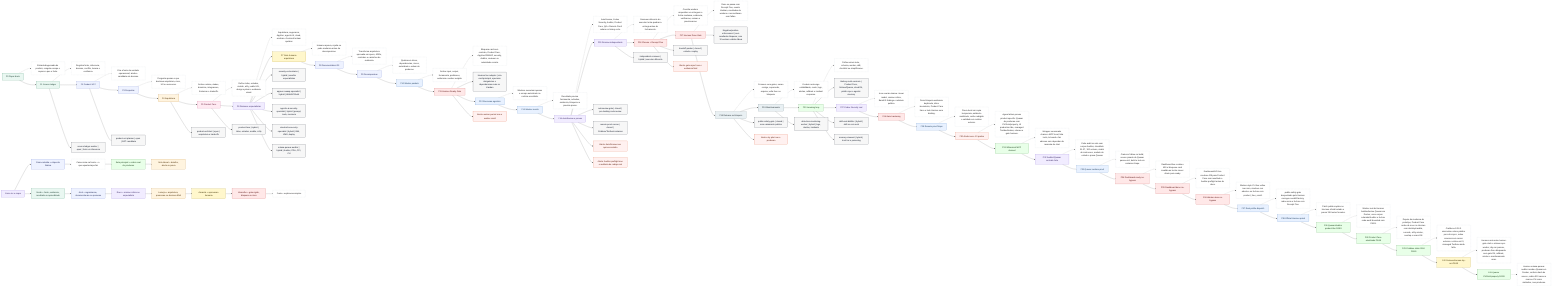
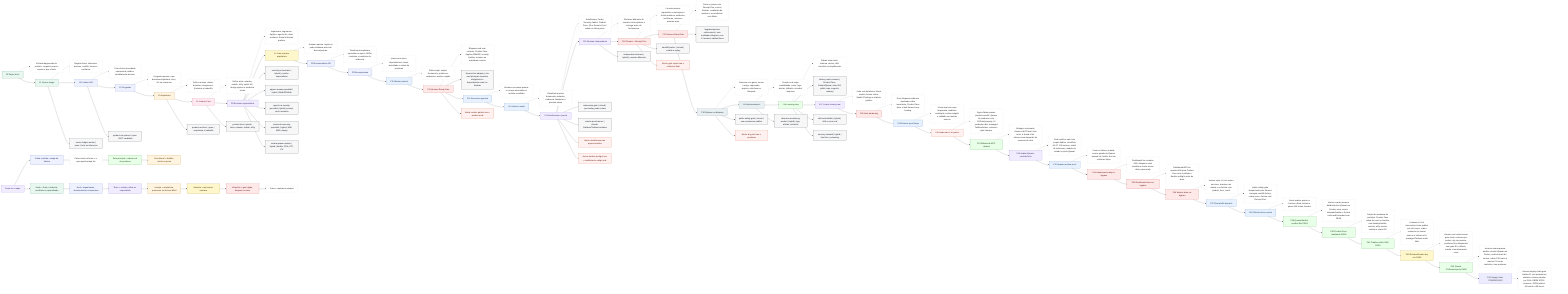
flowchart LR
  F0["F0 Paper bruto"]:::source
  F0D["Entrada baguncada do produto; congela escopo e separa o que e fonte."]:::desc
  F0 -.-> F0D
  F0 --> F1

  F1["F1 Source ledger"]:::source
  F1D["Registra fonte, inferencia, decisao, conflito, lacuna e confianca."]:::desc
  F1 -.-> F1D
  F1 --> F2

  F2["F2 Product SOT"]:::planning
  F2D["Cria a fonte da verdade operacional; ainda e candidata ate decisao."]:::desc
  F2 -.-> F2D
  F2 --> F3

  F3["F3 Perguntas"]:::planning
  F3D["Pergunta apenas o que destrava arquitetura, risco, UX ou execucao."]:::desc
  F3 -.-> F3D
  F3 --> F4

  F4["F4 Arquitetura"]:::architecture
  F4D["Define runtime, dados, dominios, integracoes, fronteiras e tradeoffs."]:::desc
  F4 -.-> F4D
  F4 --> F5

  F5["F5 Product Face"]:::face
  F5D["Define telas, estados, mobile, a11y, wallet UX, design system e evidencia visual."]:::desc
  F5 -.-> F5D
  F5 --> F6

  F6["F6 Revisoes especialistas"]:::review
  F6D["Arquitetura, seguranca, AppSec, agentic AI, cloud, onchain e frontend tentam quebrar."]:::desc
  F6 -.-> F6D
  F6 --> F7

  F7["F7 Gate humano arquitetura"]:::human
  F7D["Humano aprova, rejeita ou pede mudanca antes da decomposicao."]:::desc
  F7 -.-> F7D
  F7 --> F8

  F8["F8 Documentation OS"]:::planning
  F8D["Transforma arquitetura aprovada em specs, ADRs, contratos e caminhos de evidencia."]:::desc
  F8 -.-> F8D
  F8 --> F9

  F9["F9 Decomposicao"]:::planning
  F9D["Quebra em slices, dependencias, riscos, autoridade e ordem de producao."]:::desc
  F9 -.-> F9D
  F9 --> F10

  F10["F10 Worker packets"]:::execution
  F10D["Define input, output, ferramenta, proibicoes, evidencia e worker exigido."]:::desc
  F10 -.-> F10D
  F10 --> F11

  F11["F11 Hermes Ready Gate"]:::gate
  F11D["Bloqueia card sem contrato, Product Face, AppSec/OWASP, security, Auditor, reviewer ou autoridade correta."]:::desc
  F11 -.-> F11D
  F11 --> H1["Hermes live adapter | cria card principal, operarios obrigatorios e dependencias reais no Kanban"]:::worker
  F11 --> F12

  F12["F12 Execucao agentica"]:::execution
  F12D["Workers executam apenas o escopo autorizado no runtime escolhido."]:::desc
  F12 -.-> F12D
  F12 --> F13

  F13["F13 Worker results"]:::execution
  F13D["Resultado precisa ferramenta, achados, evidencia, bloqueios e proximo passo."]:::desc
  F13 -.-> F13D
  F13 --> F14

  F14["F14 AutoReview e provas"]:::review
  F14D["AutoReview, Codex Security, Auditor, Product Face, QA e Remote Proof rodam no timing certo."]:::desc
  F14 -.-> F14D
  F14 --> F15

  F15["F15 Revisao independente"]:::review
  F15D["Reviewer diferente do executor tenta quebrar a entrega antes do fechamento."]:::desc
  F15 -.-> F15D
  F15 --> F16

  F16["F16 Closure + Receipt Five"]:::gate
  F16D["Concilia workers requeridos vs entregues e fecha mudanca, evidencia, verificacao, revisao e proxima acao."]:::desc
  F16 -.-> F16D
  F16 --> F17

  F17["F17 Hermes Done Gate"]:::gate
  F17D["Done so passa com Receipt Five, evento Kanban, resultados de workers e reconciliacao sem faltas."]:::desc
  F17 -.-> F17D
  F17 --> H2["Negative/positive enforcement | sem resultados bloqueia; com 12 workers validos libera"]:::worker
  F17 --> F18

  F18["F18 Release ou bloqueio"]:::release
  F18D["Promove com gates; senao corrige, supersede, arquiva, volta fase ou bloqueia."]:::desc
  F18 -.-> F18D
  F18 --> F19

  F19["F19 Monitoramento"]:::release
  F19D["Produto real exige estabilidade, custo, logs, alertas, rollback e incident response."]:::desc
  F19 -.-> F19D
  F19 --> F20

  F20["F20 Learning loop"]:::learning
  F20D["Falhas viram teste, schema, worker, skill, checklist ou simplificacao."]:::desc
  F20 -.-> F20D
  F20 --> H3["Battery multi-contexto | Product Face, Solana/Quasar, cloud R4, public repo e agentic memory"]:::worker
  F20 --> F27

  F27["F27 Codex Security real"]:::review
  F27D["Scan real da fabrica: threat model, revisao critica, Bandit 0 findings e relatorio publico."]:::desc
  F27 -.-> F27D
  F27 --> F28

  F28["F28 Gate hardening"]:::gate
  F28D["Done bloqueia evidencia duplicada, inline inexistente, Product Face fraco e task Hermes sem binding."]:::desc
  F28 -.-> F28D
  F28 --> F29

  F29["F29 Remote proof limpo"]:::execution
  F29D["Prova local em copia temporaria, ambiente sanitizado, recibo redigido e validado em runtime externo."]:::desc
  F29 -.-> F29D
  F29 --> F30

  F30["F30 Ainda nao e 10 pratico"]:::alert
  F30D["Agora faltam provas product-specific: Quasar de producao com CU/fuzz/property, UI production-like, managed Testbox/broker, release e gate humano."]:::desc
  F30 -.-> F30D
  F30 --> F31

  F31["F31 Whimsical MCP duravel"]:::learning
  F31D["Wrapper versionado chama o MCP local, lista tools, le board e faz edicoes sem depender da memoria do chat."]:::desc
  F31 -.-> F31D
  F31 --> F32

  F32["F32 Auditor/Quasar contrato forte"]:::review
  F32D["Code audit so vale com corpus Auditor, checklists 01-07, 100 vetores, matriz de instrucoes, modelo de estado e prova Quasar."]:::desc
  F32 -.-> F32D
  F32 --> F33

  F33["F33 Quasar runtime proof"]:::execution
  F33D["Crates.io falhou no build; source pinado do Quasar passou init, build e test em container limpo."]:::desc
  F33 -.-> F33D
  F33 --> F34

  F34["F34 Dashboard ready no-bypass"]:::gate
  F34D["Dashboard live recebeu 409 e bloqueou card invalida ao tentar mover direto para ready."]:::desc
  F34 -.-> F34D
  F34 --> F35

  F35["F35 Dashboard done no-bypass"]:::gate
  F35D["Dashboard/API live recebeu 409 para Product Face sem resultado e Auditor preflight antes de done."]:::desc
  F35 -.-> F35D
  F35 --> F36

  F36["F36 Worker done no-bypass"]:::gate
  F36D["Worker-style CLI live voltou nao-zero, manteve run aberta e so fechou com product_face_result."]:::desc
  F36 -.-> F36D
  F36 --> F37

  F37["F37 Real profile dispatch"]:::execution
  F37D["public-safety-gate despachado pelo Hermes carregou overkill-factory, rodou scan e fechou com Receipt Five."]:::desc
  F37 -.-> F37D
  F37 --> F38

  F38["F38 Official Hermes patch"]:::execution
  F38D["Patch publico aplica no Hermes oficial testado e passa 119 testes focados."]:::desc
  F38 -.-> F38D
  F38 --> F39

  F39["F39 Quasar/Auditor product-like PASS"]:::learning
  F39D["Worker real do Hermes buildou/testou Quasar em Docker, usou corpus solanabr/Auditor e fechou code-audit bounded com PASS."]:::desc
  F39 -.-> F39D
  F39 --> F40

  F40["F40 Product Face atualizado PASS"]:::learning
  F40D["Depois da mudanca do prototipo, Product Face rodou de novo no Hermes com desktop/mobile, console, a11y smoke, overlap e scans OK."]:::desc
  F40 -.-> F40D
  F40 --> F41

  F41["F41 Crabbox static-SSH PASS"]:::learning
  F41D["Crabbox v0.26.0 sincronizou clone publico por ssh+rsync, rodou scanners em runner externo e voltou exit 0; managed Testbox ainda falta."]:::desc
  F41 -.-> F41D
  F41 --> F42

  F42["F42 Release/Human dry-run PASS"]:::human
  F42D["Hermes real rodou human-gate-clerk e release-ops-worker; dry-run passou, producao ficou bloqueada sem gate R4, rollback, smoke e monitoramento reais."]:::desc
  F42 -.-> F42D
  F42 --> F43

  F43["F43 Quasar CU/fuzz/property PASS"]:::learning
  F43D["Hermes solana-quasar-auditor rerodou Quasar em Docker, conferiu hash do source, cobriu 513 casos e marcou CU como simbolico, nao producao."]:::desc
  F43 -.-> F43D
+   F43 --> F44
+ 
+   F44["F44 Supply-chain CI/SBOM PASS"]:::security
+   F44D["Hermes supply-chain-gate validou CI com permissoes minimas, actions pinadas por SHA, SBOM SPDX, scanners, JSON publico, 64 testes e diff check."]:::desc
+   F44 -.-> F44D

  F1 --> W1["source-ledger-worker | open | fonte vs inferencia"]:::worker
  F2 --> W2["product-sot-planner | open | SOT candidata"]:::worker
  F4 --> W3["product-architect | open | arquitetura e tradeoffs"]:::worker
  F5 --> W4["product-face | hybrid | telas, estados, mobile, a11y"]:::worker
  F6 --> W5["security-orchestrator | hybrid | escolhe especialistas"]:::worker
  F6 --> W6["appsec-owasp-specialist | hybrid | Web/API/Auth"]:::worker
  F6 --> W7["agentic-ai-security-specialist | hybrid | prompt, tools, memoria"]:::worker
  F6 --> W8["cloud-infra-security-specialist | hybrid | IAM, KMS, deploy"]:::worker
  F6 --> W9["solana-quasar-auditor | hybrid | Auditor, PDA, CPI, CU"]:::worker
  F14 --> W10["autoreview-gate | closed | pre-landing code review"]:::worker
  F14 --> W11["remote-proof-runner | closed | Crabbox/Testbox/container"]:::worker
  F15 --> W12["independent-reviewer | hybrid | executor diferente"]:::worker
  F16 --> W13["handoff-packer | closed | estado e replay"]:::worker
  F18 --> W14["public-safety-gate | closed | sem vazamento publico"]:::worker
  F19 --> W15["detection-monitoring-worker | hybrid | logs, alertas, incidente"]:::worker
  F20 --> W16["skill-eval-distiller | hybrid | skill so com eval"]:::worker
  F20 --> W17["memory-steward | hybrid | trust tier e poisoning"]:::worker

  F11 --> A1["Alerta: worker packet nao e worker result"]:::alert
  F16 --> A2["Alerta: gate report nao e evidencia final"]:::alert
  F14 --> A3["Alerta: AutoReview nao aprova sozinho"]:::alert
  F14 --> A4["Alerta: Auditor preflight nao e auditoria de codigo real"]:::alert
  F18 --> A5["Alerta: dry pilot nao e producao"]:::alert

  LEGEND0["Como ler o mapa"]:::review
  LEGEND1["Caixa colorida = etapa da fabrica"]:::planning
  LEGEND2["Caixa cinza na frente = o que aquela etapa faz"]:::desc
  LEGEND3["Seta principal = ordem real de producao"]:::learning
  LEGEND4["Seta lateral = detalhe, alerta ou prova"]:::architecture
  LEGEND5["Verde = fonte, evidencia, resultado ou aprendizado"]:::source
  LEGEND6["Azul = organizacao, documentacao ou operacao"]:::planning
  LEGEND7["Roxo = revisao critica ou especialista"]:::review
  LEGEND8["Laranja = arquitetura, promocao ou decisao dificil"]:::architecture
  LEGEND9["Amarelo = aprovacao humana"]:::human
  LEGEND10["Vermelho = gate rigido, bloqueio ou risco"]:::gate
  LEGEND11["Prata = explicacao simples"]:::desc

  LEGEND0 --> LEGEND1 --> LEGEND2 --> LEGEND3 --> LEGEND4
  LEGEND0 --> LEGEND5 --> LEGEND6 --> LEGEND7 --> LEGEND8 --> LEGEND9 --> LEGEND10 --> LEGEND11

  classDef source fill:#e9f7f1,stroke:#217a54,color:#12372a;
  classDef planning fill:#eef2ff,stroke:#4f63c6,color:#1c2455;
  classDef architecture fill:#fff4df,stroke:#b36b00,color:#4a2d00;
  classDef face fill:#ffeaf2,stroke:#c23b72,color:#5f1735;
  classDef review fill:#f1ecff,stroke:#7656c9,color:#33215f;
  classDef human fill:#fff7cc,stroke:#9b7a00,color:#3d3000;
  classDef execution fill:#e8f1ff,stroke:#2e6db5,color:#173858;
  classDef gate fill:#ffe8e8,stroke:#bf3434,color:#5a1111;
  classDef release fill:#e9f0f3,stroke:#51626b,color:#202b30;
  classDef learning fill:#e8ffe8,stroke:#3b8b3b,color:#173d17;
  classDef desc fill:#ffffff,stroke:#aab3bd,color:#222222,stroke-dasharray: 3 3;
  classDef worker fill:#f7f7f7,stroke:#111827,color:#111827;
  classDef alert fill:#fff1f0,stroke:#d4380d,color:#5c1a08;
